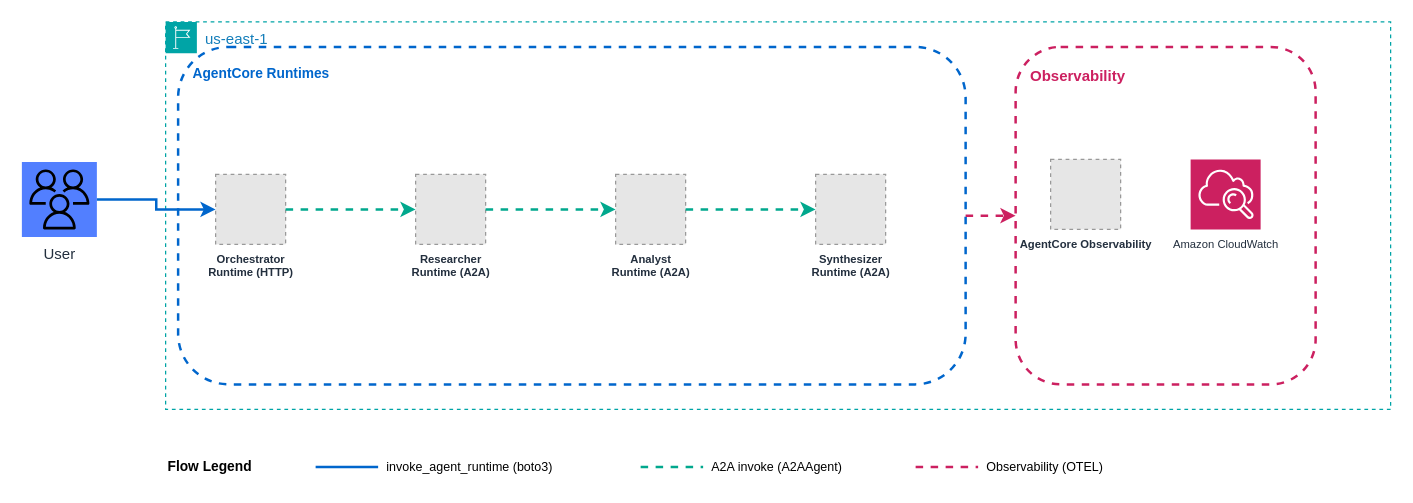
Earlier version of the draw.io diagram samples/03-sequential-chain/production/architecture.drawio (aws-samples/sample-multi-agent-systems-with-strands-workshop). Source tidied: cells renumbered, new cells numbered last; positions are measured from the earlier drawing's top-left corner, leaving out a move shared by most shapes. Both pictures are drawn from the tidied source at 125%, with x=0, y=0 at pixel (21, 21). Pictures stored in the file or linked from it are replaced by grey dashed boxes.
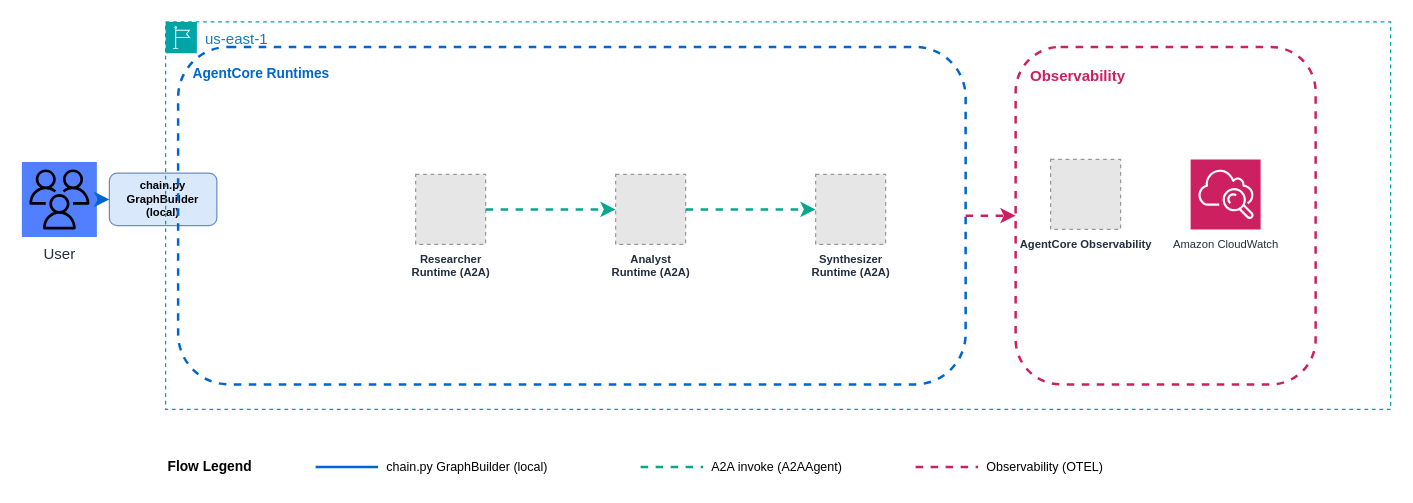
After the change.

Commit message (it also covers changes not shown here):
Update architecture diagrams: replace orchestrator runtime with chain.py (local)

Unchanged cells that the change refers to:
```xml
<mxCell id="2" value="User" style="sketch=0;outlineConnect=0;fontColor=#232F3E;gradientColor=none;fillColor=#527FFF;strokeColor=none;dashed=0;verticalLabelPosition=bottom;verticalAlign=top;align=center;html=1;fontSize=12;fontStyle=0;shape=mxgraph.aws4.resourceIcon;resIcon=mxgraph.aws4.users;" parent="1" vertex="1">
  <mxGeometry y="112" width="60" height="60" as="geometry" />
</mxCell>
<mxCell id="3" value="us-east-1" style="gradientColor=none;html=1;whiteSpace=wrap;fontSize=12;fontStyle=0;shape=mxgraph.aws4.group;grIcon=mxgraph.aws4.group_region;strokeColor=#00A4A6;fillColor=none;verticalAlign=top;align=left;spacingLeft=30;fontColor=#147EBA;dashed=1;" parent="1" vertex="1">
  <mxGeometry x="115" width="980" height="310" as="geometry" />
</mxCell>
<mxCell id="6" value="Researcher&lt;div&gt;Runtime (A2A)&lt;/div&gt;" style="fillColor=#E6E6E6;strokeColor=#999999;dashed=1;html=1;verticalLabelPosition=bottom;labelBackgroundColor=none;verticalAlign=top;fontSize=9;fontStyle=1;fontColor=#232F3E;" parent="3" vertex="1">
  <mxGeometry x="200" y="122" width="56" height="56" as="geometry" />
</mxCell>
```

Change to the diagram source:
```diff
@@
+    <mxCell id="24" value="chain.py&lt;div&gt;GraphBuilder (local)&lt;/div&gt;" style="rounded=1;whiteSpace=wrap;html=1;fillColor=#dae8fc;strokeColor=#6c8ebf;fontSize=9;fontStyle=1;verticalAlign=middle;" parent="1" vertex="1">
+      <mxGeometry x="70" y="121" width="86" height="42" as="geometry" />
+    </mxCell>
@@
-    <mxCell id="5" value="Orchestrator&lt;div&gt;Runtime (HTTP)&lt;/div&gt;" style="fillColor=#E6E6E6;strokeColor=#999999;dashed=1;html=1;verticalLabelPosition=bottom;labelBackgroundColor=none;verticalAlign=top;fontSize=9;fontStyle=1;fontColor=#232F3E;" parent="3" vertex="1">
-      <mxGeometry x="40" y="122" width="56" height="56" as="geometry" />
-    </mxCell>
@@
-    <mxCell id="12" style="edgeStyle=orthogonalEdgeStyle;rounded=0;jettySize=auto;html=1;strokeColor=#0066CC;strokeWidth=2;flowAnimation=1;exitX=1;exitY=0.5;exitDx=0;exitDy=0;entryX=0;entryY=0.5;entryDx=0;entryDy=0;" parent="1" edge="1" source="2" target="5">
+    <mxCell id="12" style="edgeStyle=orthogonalEdgeStyle;rounded=0;jettySize=auto;html=1;strokeColor=#0066CC;strokeWidth=2;flowAnimation=1;exitX=1;exitY=0.5;exitDx=0;exitDy=0;entryX=0;entryY=0.5;entryDx=0;entryDy=0;" parent="1" edge="1" source="2" target="24">
       <mxGeometry relative="1" as="geometry" />
     </mxCell>
-    <mxCell id="13" style="edgeStyle=orthogonalEdgeStyle;rounded=0;jettySize=auto;html=1;strokeColor=#01A88D;strokeWidth=2;flowAnimation=1;dashed=1;exitX=1;exitY=0.5;exitDx=0;exitDy=0;entryX=0;entryY=0.5;entryDx=0;entryDy=0;" parent="3" edge="1" source="5" target="6">
+    <mxCell id="13" style="edgeStyle=orthogonalEdgeStyle;rounded=0;jettySize=auto;html=1;strokeColor=#01A88D;strokeWidth=2;flowAnimation=1;dashed=1;exitX=1;exitY=0.5;exitDx=0;exitDy=0;entryX=0;entryY=0.5;entryDx=0;entryDy=0;" parent="1" edge="1" target="6">
       <mxGeometry relative="1" as="geometry" />
     </mxCell>
@@
-    <mxCell id="19" value="invoke_agent_runtime (boto3)" style="text;html=1;whiteSpace=wrap;strokeColor=none;fillColor=none;align=left;verticalAlign=middle;rounded=0;fontSize=10;" parent="1" vertex="1">
+    <mxCell id="19" value="chain.py GraphBuilder (local)" style="text;html=1;whiteSpace=wrap;strokeColor=none;fillColor=none;align=left;verticalAlign=middle;rounded=0;fontSize=10;" parent="1" vertex="1">
       <mxGeometry x="290" y="345" width="190" height="22" as="geometry" />
     </mxCell>
```
